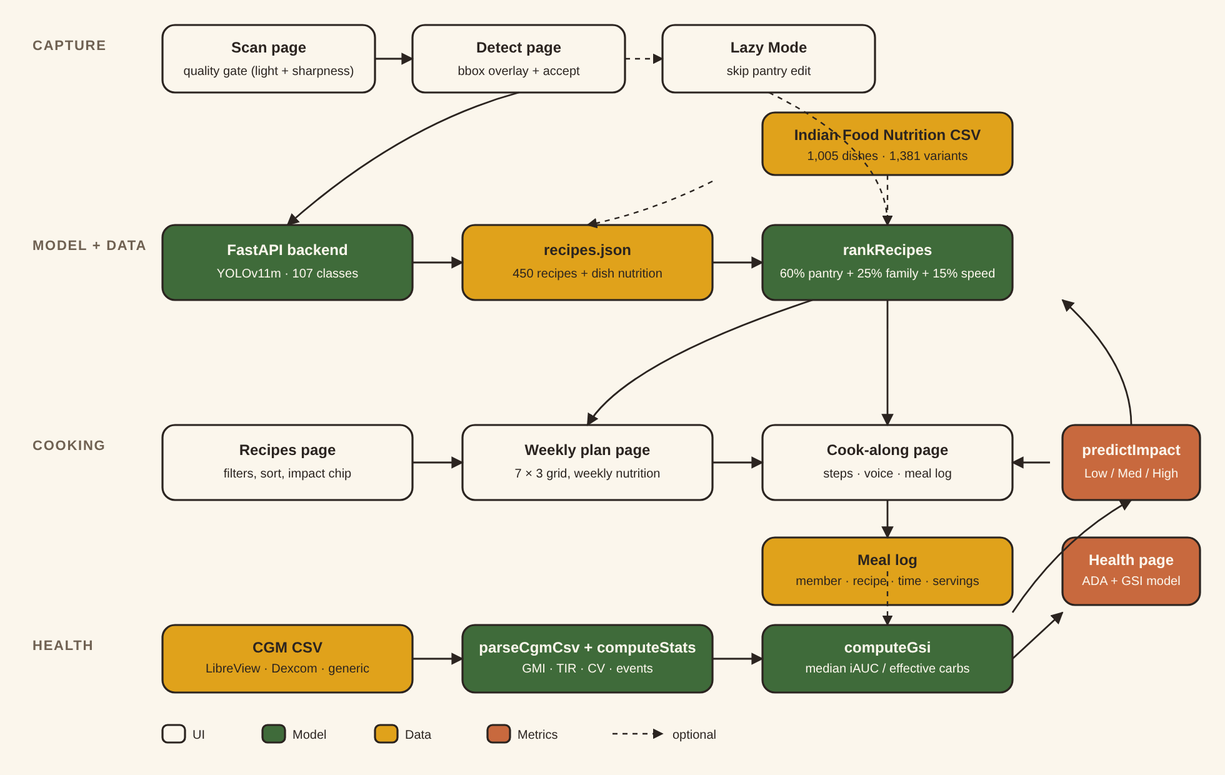
This is report/figures/system_flow.png from rajivagarwal221/Aahar-Kitchen-System, a Mermaid export, as it was before one commit. Its source is kept beside it as report/figures/system_flow.mmd.
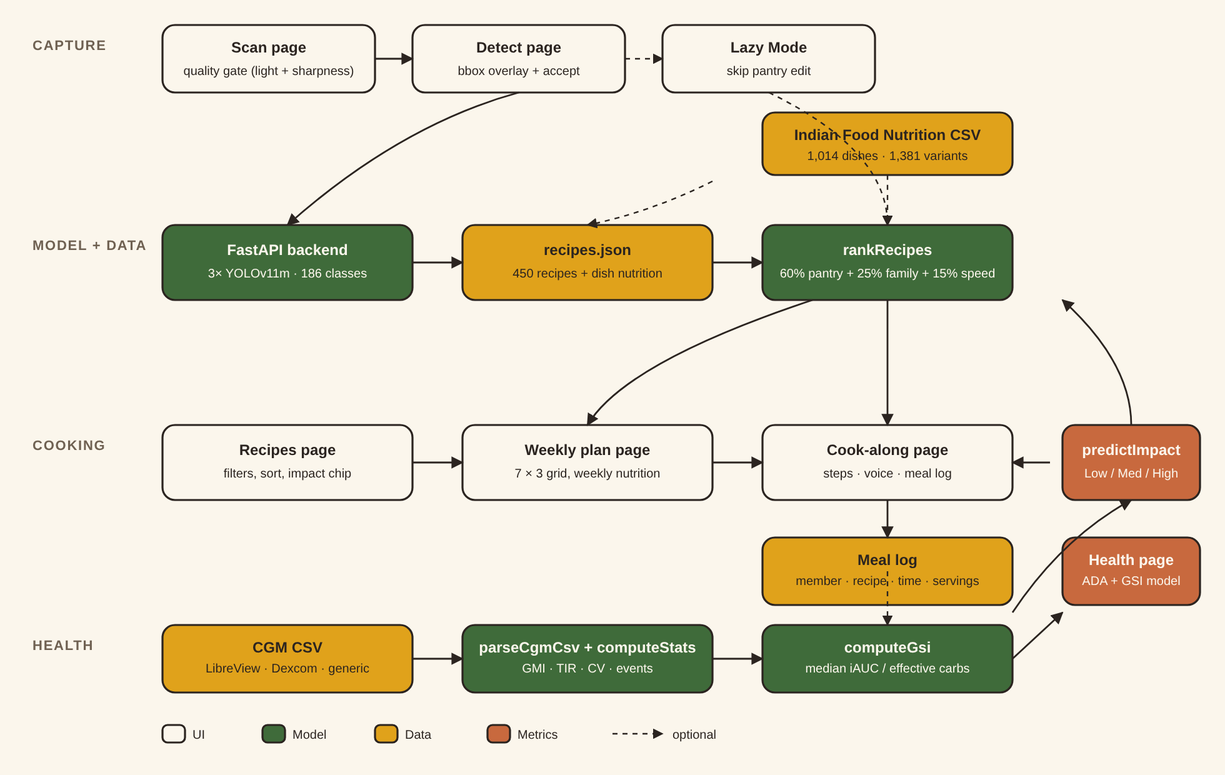
After the commit.

What changed in the source:
```diff
@@ -17,7 +17,7 @@
   pantry[Pantry page]:::ui
   recipes[(recipes.json<br/>450 recipes +<br/>dish nutrition)]:::data
   rank[rankRecipes<br/>pantry 60% ·<br/>family 25% · speed 15%]:::model
-  nutrcsv[(Indian Food Nutrition CSV<br/>1,005 dishes · 1,381 variants)]:::data
+  nutrcsv[(Indian Food Nutrition CSV<br/>1,014 dishes · 1,381 variants)]:::data
   recipes -. nutrition enrichment .- nutrcsv
   pantry --> rank
   recipes --> rank
```
